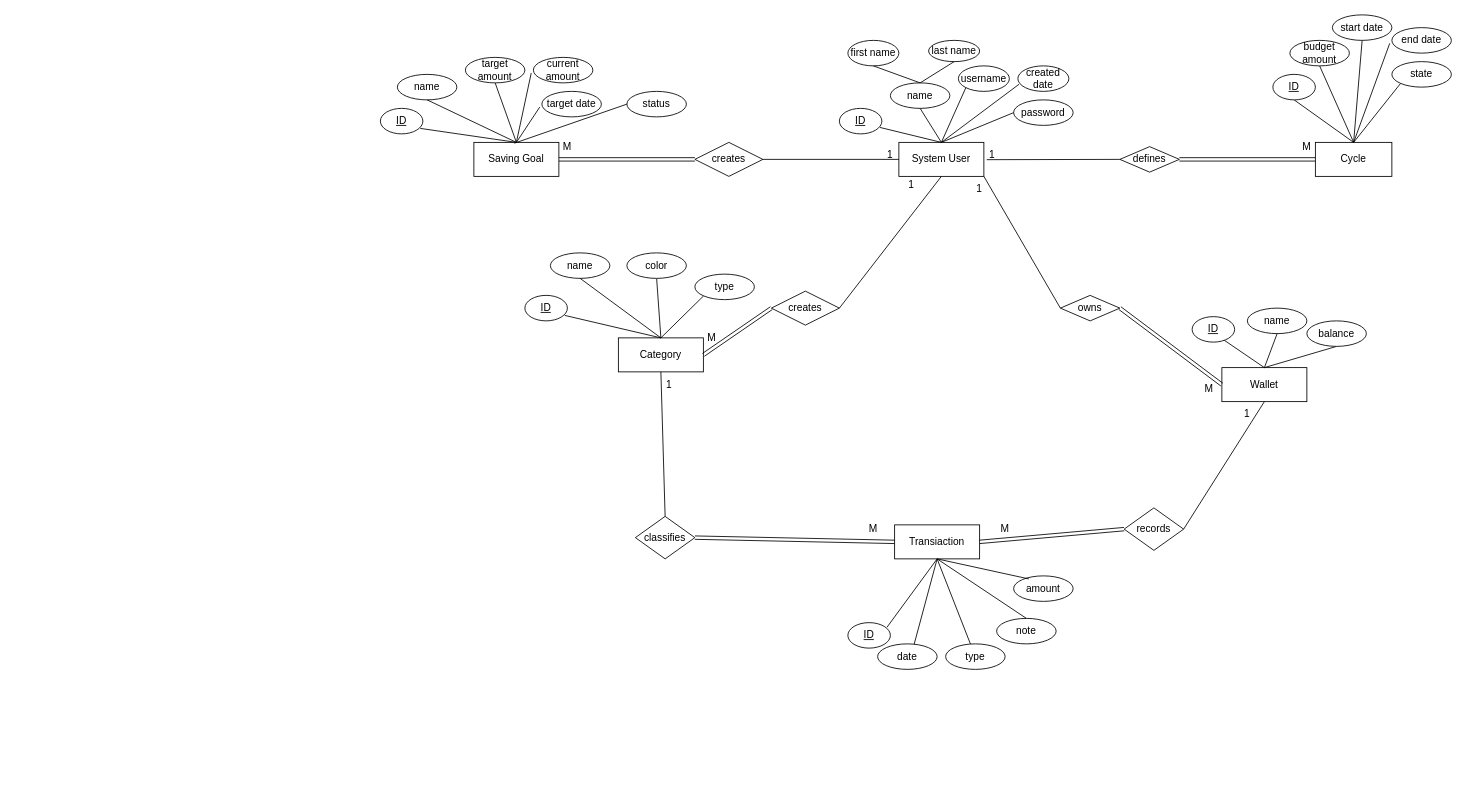
Eng-Ahmed-Shawareb/Spenderman keeps this draw.io diagram as Database diagrams/systemERDiagram.drawio. Above is the earlier version. Source tidied: cells renumbered, new cells numbered last; positions are measured from the earlier drawing's top-left corner, leaving out a move shared by most shapes. Both pictures are drawn from the tidied source at 85%, with x=0, y=0 at pixel (380, 14).
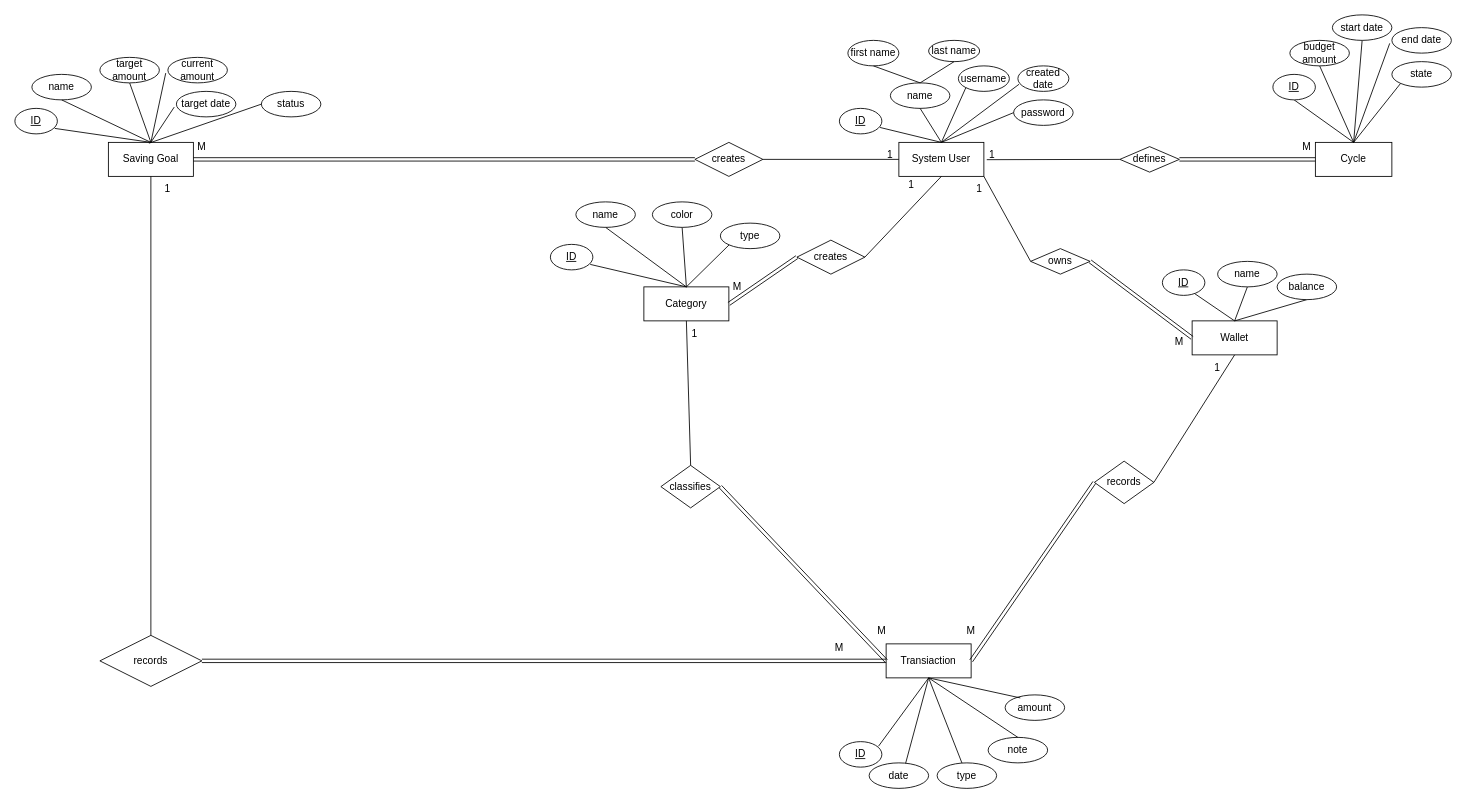
Above is the later version.

Commit message (it also covers changes not shown here):
New commit : edit database diagrams

The edit, as a diff of the source:
```diff
@@
     <mxCell id="16" value="Wallet" style="whiteSpace=wrap;html=1;align=center;" parent="1" vertex="1">
-      <mxGeometry x="990" y="415" width="100" height="40" as="geometry" />
+      <mxGeometry x="955" y="360" width="100" height="40" as="geometry" />
     </mxCell>
     <mxCell id="17" value="name" style="ellipse;whiteSpace=wrap;html=1;align=center;" parent="1" vertex="1">
-      <mxGeometry x="1020" y="345" width="70" height="30" as="geometry" />
+      <mxGeometry x="985" y="290" width="70" height="30" as="geometry" />
     </mxCell>
@@
     <mxCell id="21" value="balance" style="ellipse;whiteSpace=wrap;html=1;align=center;" parent="1" vertex="1">
-      <mxGeometry x="1090" y="360" width="70" height="30" as="geometry" />
+      <mxGeometry x="1055" y="305" width="70" height="30" as="geometry" />
     </mxCell>
@@
     <mxCell id="23" value="ID" style="ellipse;whiteSpace=wrap;html=1;align=center;fontStyle=4;" parent="1" vertex="1">
-      <mxGeometry x="955" y="355" width="50" height="30" as="geometry" />
+      <mxGeometry x="920" y="300" width="50" height="30" as="geometry" />
     </mxCell>
     <mxCell id="24" value="Category" style="whiteSpace=wrap;html=1;align=center;" parent="1" vertex="1">
-      <mxGeometry x="280" y="380" width="100" height="40" as="geometry" />
+      <mxGeometry x="310" y="320" width="100" height="40" as="geometry" />
     </mxCell>
     <mxCell id="25" value="name" style="ellipse;whiteSpace=wrap;html=1;align=center;" parent="1" vertex="1">
-      <mxGeometry x="200" y="280" width="70" height="30" as="geometry" />
+      <mxGeometry x="230" y="220" width="70" height="30" as="geometry" />
     </mxCell>
@@
     <mxCell id="29" value="color" style="ellipse;whiteSpace=wrap;html=1;align=center;" parent="1" vertex="1">
-      <mxGeometry x="290" y="280" width="70" height="30" as="geometry" />
+      <mxGeometry x="320" y="220" width="70" height="30" as="geometry" />
     </mxCell>
     <mxCell id="30" value="ID" style="ellipse;whiteSpace=wrap;html=1;align=center;fontStyle=4;" parent="1" vertex="1">
-      <mxGeometry x="170" y="330" width="50" height="30" as="geometry" />
+      <mxGeometry x="200" y="270" width="50" height="30" as="geometry" />
     </mxCell>
     <mxCell id="31" value="type" style="ellipse;whiteSpace=wrap;html=1;align=center;" parent="1" vertex="1">
-      <mxGeometry x="370" y="305" width="70" height="30" as="geometry" />
+      <mxGeometry x="400" y="245" width="70" height="30" as="geometry" />
     </mxCell>
@@
     <mxCell id="33" value="Transiaction" style="whiteSpace=wrap;html=1;align=center;" parent="1" vertex="1">
-      <mxGeometry x="605" y="600" width="100" height="40" as="geometry" />
+      <mxGeometry x="595" y="740" width="100" height="40" as="geometry" />
     </mxCell>
     <mxCell id="34" value="amount" style="ellipse;whiteSpace=wrap;html=1;align=center;" parent="1" vertex="1">
-      <mxGeometry x="745" y="660" width="70" height="30" as="geometry" />
+      <mxGeometry x="735" y="800" width="70" height="30" as="geometry" />
     </mxCell>
@@
     <mxCell id="38" value="date" style="ellipse;whiteSpace=wrap;html=1;align=center;" parent="1" vertex="1">
-      <mxGeometry x="585" y="740" width="70" height="30" as="geometry" />
+      <mxGeometry x="575" y="880" width="70" height="30" as="geometry" />
     </mxCell>
     <mxCell id="39" value="ID" style="ellipse;whiteSpace=wrap;html=1;align=center;fontStyle=4;" parent="1" vertex="1">
-      <mxGeometry x="550" y="715" width="50" height="30" as="geometry" />
+      <mxGeometry x="540" y="855" width="50" height="30" as="geometry" />
     </mxCell>
     <mxCell id="40" value="type" style="ellipse;whiteSpace=wrap;html=1;align=center;" parent="1" vertex="1">
-      <mxGeometry x="665" y="740" width="70" height="30" as="geometry" />
+      <mxGeometry x="655" y="880" width="70" height="30" as="geometry" />
     </mxCell>
@@
     <mxCell id="42" value="note" style="ellipse;whiteSpace=wrap;html=1;align=center;" parent="1" vertex="1">
-      <mxGeometry x="725" y="710" width="70" height="30" as="geometry" />
+      <mxGeometry x="715" y="850" width="70" height="30" as="geometry" />
     </mxCell>
@@
     <mxCell id="44" value="Saving Goal" style="whiteSpace=wrap;html=1;align=center;" parent="1" vertex="1">
-      <mxGeometry x="110" y="150" width="100" height="40" as="geometry" />
+      <mxGeometry x="-320" y="150" width="100" height="40" as="geometry" />
     </mxCell>
     <mxCell id="45" value="name" style="ellipse;whiteSpace=wrap;html=1;align=center;" parent="1" vertex="1">
-      <mxGeometry x="20" y="70" width="70" height="30" as="geometry" />
+      <mxGeometry x="-410" y="70" width="70" height="30" as="geometry" />
     </mxCell>
@@
     <mxCell id="49" value="target amount" style="ellipse;whiteSpace=wrap;html=1;align=center;" parent="1" vertex="1">
-      <mxGeometry x="100" y="50" width="70" height="30" as="geometry" />
+      <mxGeometry x="-330" y="50" width="70" height="30" as="geometry" />
     </mxCell>
     <mxCell id="50" value="ID" style="ellipse;whiteSpace=wrap;html=1;align=center;fontStyle=4;" parent="1" vertex="1">
-      <mxGeometry y="110" width="50" height="30" as="geometry" />
+      <mxGeometry x="-430" y="110" width="50" height="30" as="geometry" />
     </mxCell>
     <mxCell id="51" value="current amount" style="ellipse;whiteSpace=wrap;html=1;align=center;" parent="1" vertex="1">
-      <mxGeometry x="180" y="50" width="70" height="30" as="geometry" />
+      <mxGeometry x="-250" y="50" width="70" height="30" as="geometry" />
     </mxCell>
@@
     <mxCell id="53" value="target date" style="ellipse;whiteSpace=wrap;html=1;align=center;" parent="1" vertex="1">
-      <mxGeometry x="190" y="90" width="70" height="30" as="geometry" />
+      <mxGeometry x="-240" y="90" width="70" height="30" as="geometry" />
     </mxCell>
@@
     <mxCell id="66" value="status" style="ellipse;whiteSpace=wrap;html=1;align=center;" parent="1" vertex="1">
-      <mxGeometry x="290" y="90" width="70" height="30" as="geometry" />
+      <mxGeometry x="-140" y="90" width="70" height="30" as="geometry" />
     </mxCell>
@@
     <mxCell id="72" value="M" style="text;html=1;whiteSpace=wrap;strokeColor=none;fillColor=none;align=center;verticalAlign=middle;rounded=0;" parent="1" vertex="1">
-      <mxGeometry x="190" y="140" width="60" height="30" as="geometry" />
+      <mxGeometry x="-240" y="140" width="60" height="30" as="geometry" />
     </mxCell>
@@
     <mxCell id="78" value="creates" style="shape=rhombus;perimeter=rhombusPerimeter;whiteSpace=wrap;html=1;align=center;" parent="1" vertex="1">
-      <mxGeometry x="460" y="325" width="80" height="40" as="geometry" />
+      <mxGeometry x="490" y="265" width="80" height="40" as="geometry" />
     </mxCell>
@@
     <mxCell id="82" value="M" style="text;html=1;whiteSpace=wrap;strokeColor=none;fillColor=none;align=center;verticalAlign=middle;rounded=0;" parent="1" vertex="1">
-      <mxGeometry x="360" y="365" width="60" height="30" as="geometry" />
+      <mxGeometry x="390" y="305" width="60" height="30" as="geometry" />
     </mxCell>
     <mxCell id="83" value="owns" style="shape=rhombus;perimeter=rhombusPerimeter;whiteSpace=wrap;html=1;align=center;" parent="1" vertex="1">
-      <mxGeometry x="800" y="330" width="70" height="30" as="geometry" />
+      <mxGeometry x="765" y="275" width="70" height="30" as="geometry" />
     </mxCell>
@@
     <mxCell id="85" value="M" style="text;html=1;whiteSpace=wrap;strokeColor=none;fillColor=none;align=center;verticalAlign=middle;rounded=0;" parent="1" vertex="1">
-      <mxGeometry x="945" y="425" width="60" height="30" as="geometry" />
+      <mxGeometry x="910" y="370" width="60" height="30" as="geometry" />
     </mxCell>
@@
     <mxCell id="88" value="records" style="shape=rhombus;perimeter=rhombusPerimeter;whiteSpace=wrap;html=1;align=center;" parent="1" vertex="1">
-      <mxGeometry x="875" y="580" width="70" height="50" as="geometry" />
+      <mxGeometry x="840" y="525" width="70" height="50" as="geometry" />
     </mxCell>
     <mxCell id="89" value="classifies" style="shape=rhombus;perimeter=rhombusPerimeter;whiteSpace=wrap;html=1;align=center;" parent="1" vertex="1">
-      <mxGeometry x="300" y="590" width="70" height="50" as="geometry" />
+      <mxGeometry x="330" y="530" width="70" height="50" as="geometry" />
     </mxCell>
@@
     <mxCell id="94" value="M" style="text;html=1;whiteSpace=wrap;strokeColor=none;fillColor=none;align=center;verticalAlign=middle;rounded=0;" parent="1" vertex="1">
-      <mxGeometry x="705" y="590" width="60" height="30" as="geometry" />
+      <mxGeometry x="665" y="710" width="60" height="30" as="geometry" />
     </mxCell>
     <mxCell id="95" value="M" style="text;html=1;whiteSpace=wrap;strokeColor=none;fillColor=none;align=center;verticalAlign=middle;rounded=0;" parent="1" vertex="1">
-      <mxGeometry x="550" y="590" width="60" height="30" as="geometry" />
+      <mxGeometry x="560" y="710" width="60" height="30" as="geometry" />
     </mxCell>
     <mxCell id="96" value="1" style="text;html=1;whiteSpace=wrap;strokeColor=none;fillColor=none;align=center;verticalAlign=middle;rounded=0;" parent="1" vertex="1">
-      <mxGeometry x="990" y="455" width="60" height="30" as="geometry" />
+      <mxGeometry x="955" y="400" width="60" height="30" as="geometry" />
     </mxCell>
     <mxCell id="97" value="1" style="text;html=1;whiteSpace=wrap;strokeColor=none;fillColor=none;align=center;verticalAlign=middle;rounded=0;" parent="1" vertex="1">
-      <mxGeometry x="310" y="420" width="60" height="30" as="geometry" />
+      <mxGeometry x="340" y="360" width="60" height="30" as="geometry" />
     </mxCell>
+    <mxCell id="98" value="records" style="shape=rhombus;perimeter=rhombusPerimeter;whiteSpace=wrap;html=1;align=center;" parent="1" vertex="1">
+      <mxGeometry x="-330" y="730" width="120" height="60" as="geometry" />
+    </mxCell>
+    <mxCell id="99" style="shape=link;html=1;rounded=0;entryX=0;entryY=0.5;entryDx=0;entryDy=0;exitX=1;exitY=0.5;exitDx=0;exitDy=0;" parent="1" edge="1" source="98" target="33">
+      <mxGeometry relative="1" as="geometry" />
+    </mxCell>
+    <mxCell id="100" style="html=1;whiteSpace=wrap;align=right;verticalAlign=bottom;" parent="99" vertex="1">
+      <mxGeometry x="1" relative="1" as="geometry" />
+    </mxCell>
+    <mxCell id="101" value="M" style="text;html=1;whiteSpace=wrap;strokeColor=none;fillColor=none;align=center;verticalAlign=middle;rounded=0;" parent="1" vertex="1">
+      <mxGeometry x="510" y="730" width="60" height="30" as="geometry" />
+    </mxCell>
+    <mxCell id="102" style="endArrow=none;html=1;rounded=0;exitX=0.5;exitY=1;exitDx=0;exitDy=0;entryX=0.5;entryY=0;entryDx=0;entryDy=0;" parent="1" edge="1" source="44" target="98">
+      <mxGeometry relative="1" as="geometry" />
+    </mxCell>
+    <mxCell id="103" value="1" style="text;html=1;whiteSpace=wrap;strokeColor=none;fillColor=none;align=center;verticalAlign=middle;rounded=0;" parent="1" vertex="1">
+      <mxGeometry x="-280" y="190" width="60" height="30" as="geometry" />
+    </mxCell>
```
